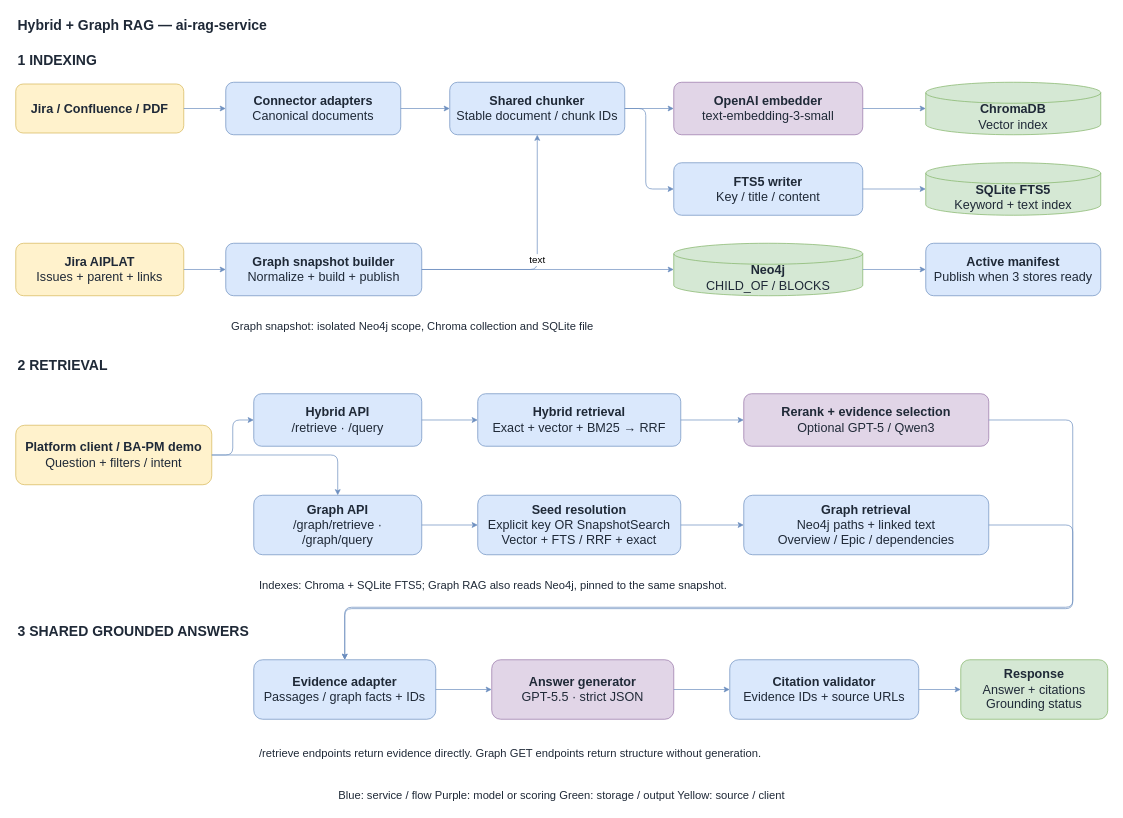
Earlier version of the draw.io diagram docs/superpowers/specs/assets/hybrid-grounded-rag-poc-architecture.drawio (gjnzsu/ai-rag-service). Source tidied: cells renumbered, new cells numbered last; positions are measured from the earlier drawing's top-left corner, leaving out a move shared by most shapes. Both pictures are drawn from the tidied source at 70%, with x=0, y=0 at pixel (12, 12).
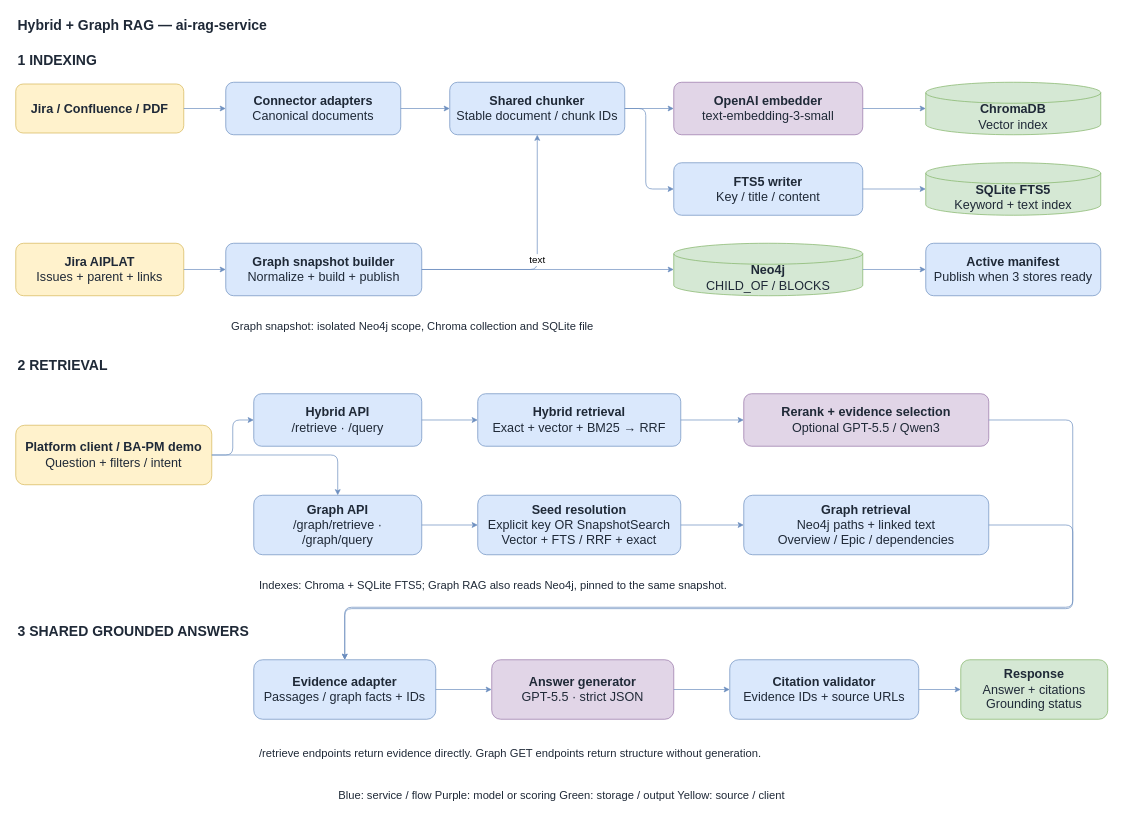
The same page after the edit.

The edit, as a diff of the source:
```diff
@@
-    <mxCell id="30" value="&lt;b&gt;Rerank + evidence selection&lt;/b&gt;&lt;br&gt;Optional GPT-5 / Qwen3" style="rounded=1;whiteSpace=wrap;html=1;fontSize=18;spacing=8;fillColor=#E1D5E7;strokeColor=#9673A6;fontColor=#1F2937;" parent="1" vertex="1">
+    <mxCell id="30" value="&lt;b&gt;Rerank + evidence selection&lt;/b&gt;&lt;br&gt;Optional GPT-5.5 / Qwen3" style="rounded=1;whiteSpace=wrap;html=1;fontSize=18;spacing=8;fillColor=#E1D5E7;strokeColor=#9673A6;fontColor=#1F2937;" parent="1" vertex="1">
       <mxGeometry x="1045" y="545" width="350" height="75" as="geometry" />
     </mxCell>
```
